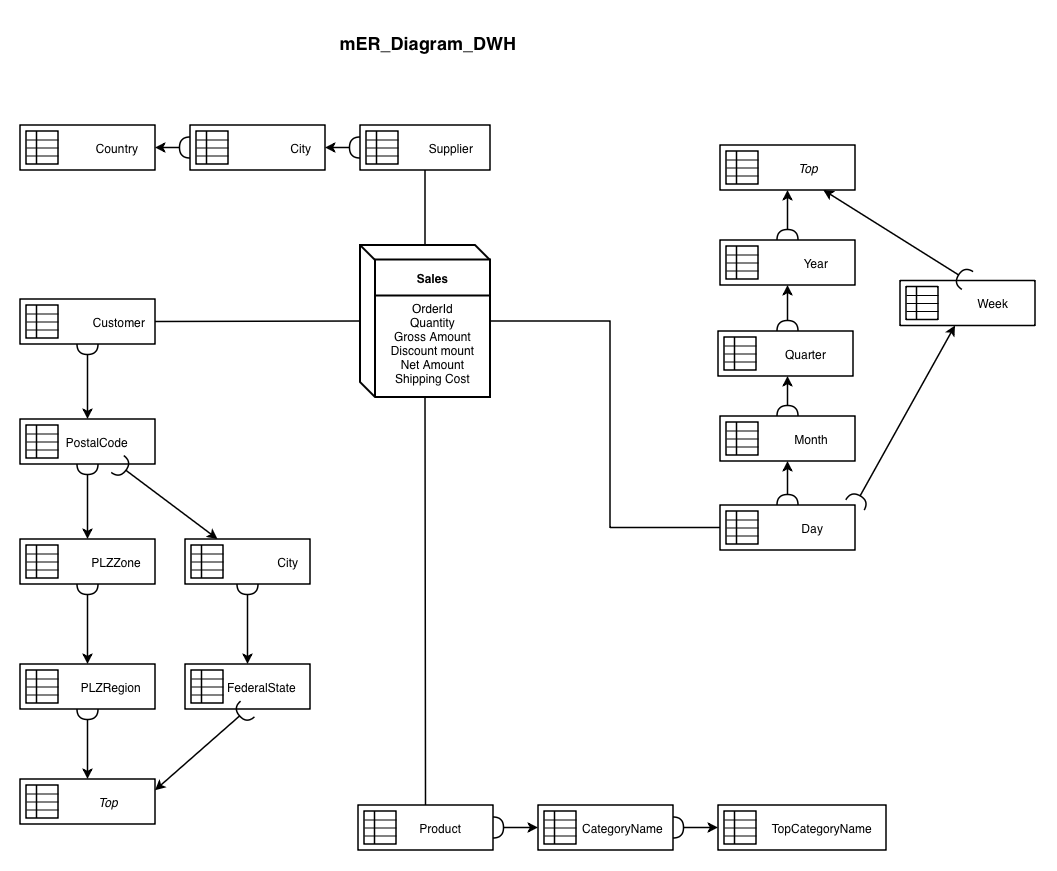
Before: online_furniture_data_warehousing/docs/mER_Diagram_DWH.png, a diagram exported from draw.io (pubali512/py_projects). Source tidied: cells renumbered, new cells last; positions are measured from the earlier drawing's top-left corner, leaving out a move shared by most shapes.
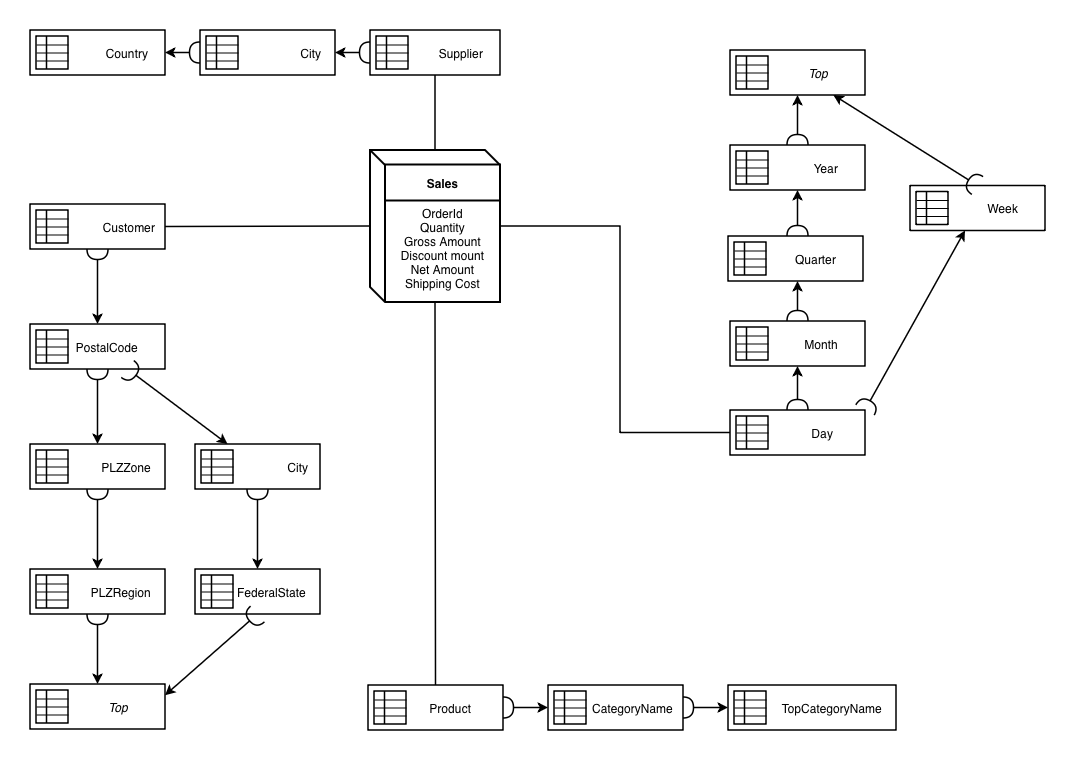
After the change.

Change to the diagram source:
```diff
@@ -216,7 +216,7 @@
       <mxGeometry x="16" y="6" width="1" height="33" as="geometry" />
     </mxCell>
     <mxCell id="73" style="group;" parent="1" vertex="1">
-      <mxGeometry x="338" y="785" width="135" height="45" as="geometry" />
+      <mxGeometry x="338" y="760" width="135" height="45" as="geometry" />
     </mxCell>
     <mxCell id="74" value="&lt;font style=&quot;font-size: 12px;&quot;&gt;Product&lt;/font&gt;" style="rounded=0;whiteSpace=wrap;html=1;align=right;spacingRight=30;fontSize=11;fontStyle=0;fillColor=#ffffff;strokeColor=#000000;strokeWidth=1.5;" parent="73" vertex="1">
       <mxGeometry width="135" height="45" as="geometry" />
@@ -237,7 +237,7 @@
       <mxGeometry x="16" y="6" width="1" height="33" as="geometry" />
     </mxCell>
     <mxCell id="80" style="group;" parent="1" vertex="1">
-      <mxGeometry x="518" y="785" width="135" height="45" as="geometry" />
+      <mxGeometry x="518" y="760" width="135" height="45" as="geometry" />
     </mxCell>
     <mxCell id="81" value="&lt;font style=&quot;font-size: 12px;&quot;&gt;CategoryName&lt;/font&gt;" style="rounded=0;whiteSpace=wrap;html=1;align=right;spacingRight=8;fontSize=10;fontStyle=0;fillColor=#ffffff;strokeColor=#000000;strokeWidth=1.5;" parent="80" vertex="1">
       <mxGeometry width="135" height="45" as="geometry" />
@@ -258,7 +258,7 @@
       <mxGeometry x="16" y="6" width="1" height="33" as="geometry" />
     </mxCell>
     <mxCell id="87" style="group;" parent="1" vertex="1">
-      <mxGeometry x="698" y="785" width="135" height="45" as="geometry" />
+      <mxGeometry x="698" y="760" width="135" height="45" as="geometry" />
     </mxCell>
     <mxCell id="88" value="&lt;font style=&quot;font-size: 12px;&quot;&gt;TopCategoryName&lt;/font&gt;" style="rounded=0;whiteSpace=wrap;html=1;align=right;spacingRight=12;fontSize=10;fontStyle=0;fillColor=#ffffff;strokeColor=#000000;strokeWidth=1.5;" parent="87" vertex="1">
       <mxGeometry width="168" height="45" as="geometry" />
@@ -479,8 +479,5 @@
     <mxCell id="157" style="line;strokeWidth=1.5;html=1;strokeColor=#000000;direction=south;" parent="151" vertex="1">
       <mxGeometry x="16" y="6" width="1" height="33" as="geometry" />
     </mxCell>
-    <mxCell id="158" value="&lt;font style=&quot;font-size: 18px;&quot;&gt;&lt;b&gt;mER_Diagram_DWH&lt;/b&gt;&lt;/font&gt;" style="text;html=1;whiteSpace=wrap;strokeColor=none;fillColor=none;align=center;verticalAlign=middle;rounded=0;" parent="1" vertex="1">
-      <mxGeometry x="264" width="288" height="45" as="geometry" />
-    </mxCell>
   </root>
 </mxGraphModel>
```
